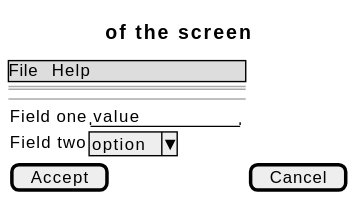
Before: docs/01-requirements/use-cases/manageAccountLifecycle/wireframes.svg, a diagram exported from PlantUML (didactika/kampus).
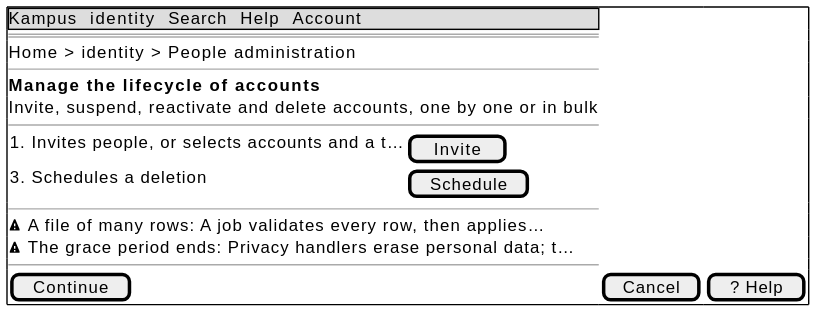
Later version of the same file.

What changed in the source:
```diff
@@ -1,13 +1,20 @@
 @startsalt
-{
-  {* File | Help }
+{+
+  {* Kampus | identity | Search | Help | Account }
   ==
-  Title of the screen
+  Home > identity > People administration
+  --
+  <b>Manage the lifecycle of accounts
+  Invite, suspend, reactivate and delete accounts, one by one or in bulk
   --
   {
-    Field one | "value        "
-    Field two | ^option^
+    1. Invites people, or selects accounts and a t… | [ Invite ]
+    3. Schedules a deletion | [ Schedule ]
   }
-  [ Accept ] | [ Cancel ]
+  --
+  <&warning> A file of many rows: A job validates every row, then applies…
+  <&warning> The grace period ends: Privacy handlers erase personal data; t…
+  --
+  [ Continue ] | [ Cancel ] | [ ? Help ]
 }
 @endsalt
```
